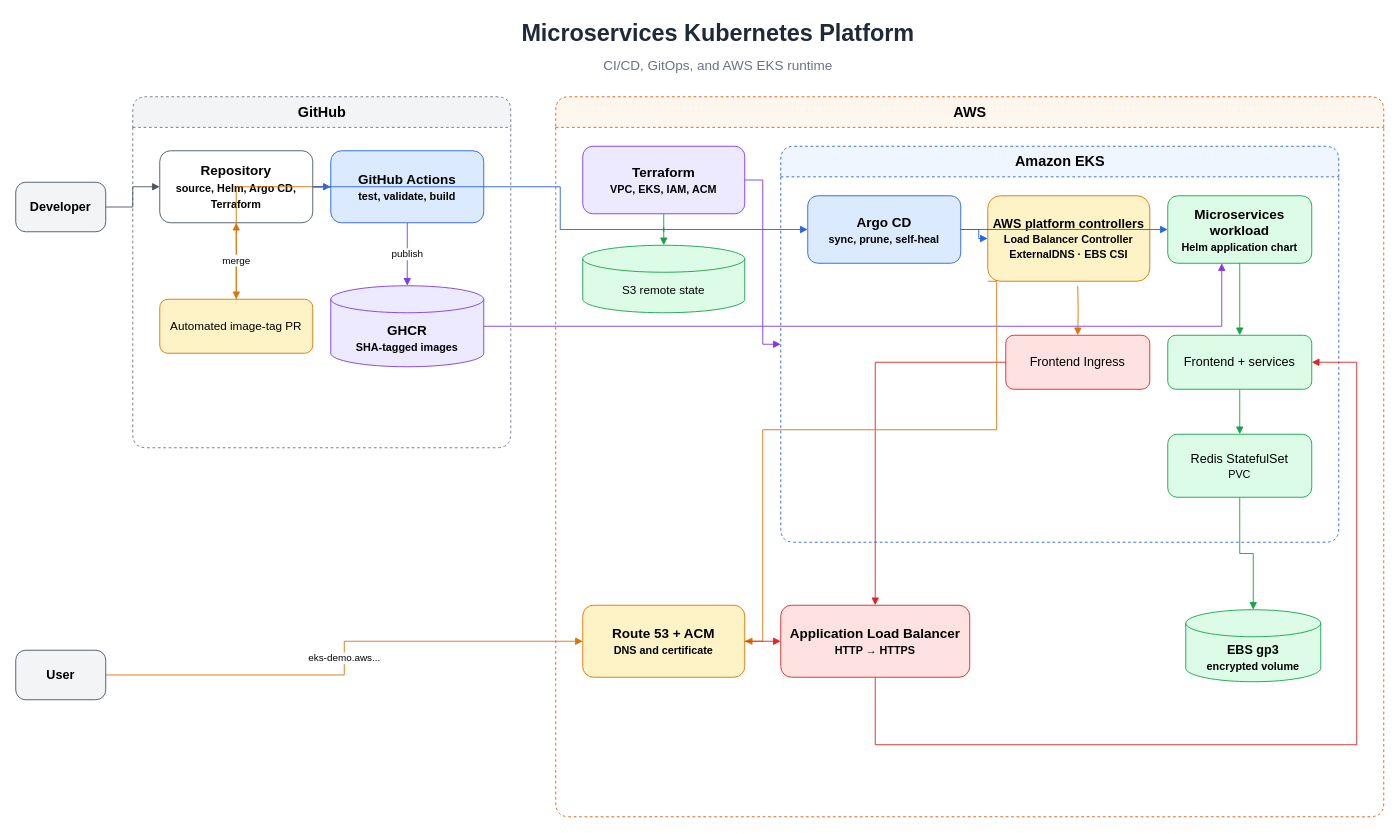
Before: docs/diagrams/eks-platform-architecture.drawio in micheleformenti/microservices-k8s-platform, a draw.io diagram. Source tidied: cells renumbered, new cells numbered last; positions are measured from the earlier drawing's top-left corner, leaving out a move shared by most shapes. Both pictures are drawn from the tidied source at 90%, with x=0, y=0 at pixel (15, 15).
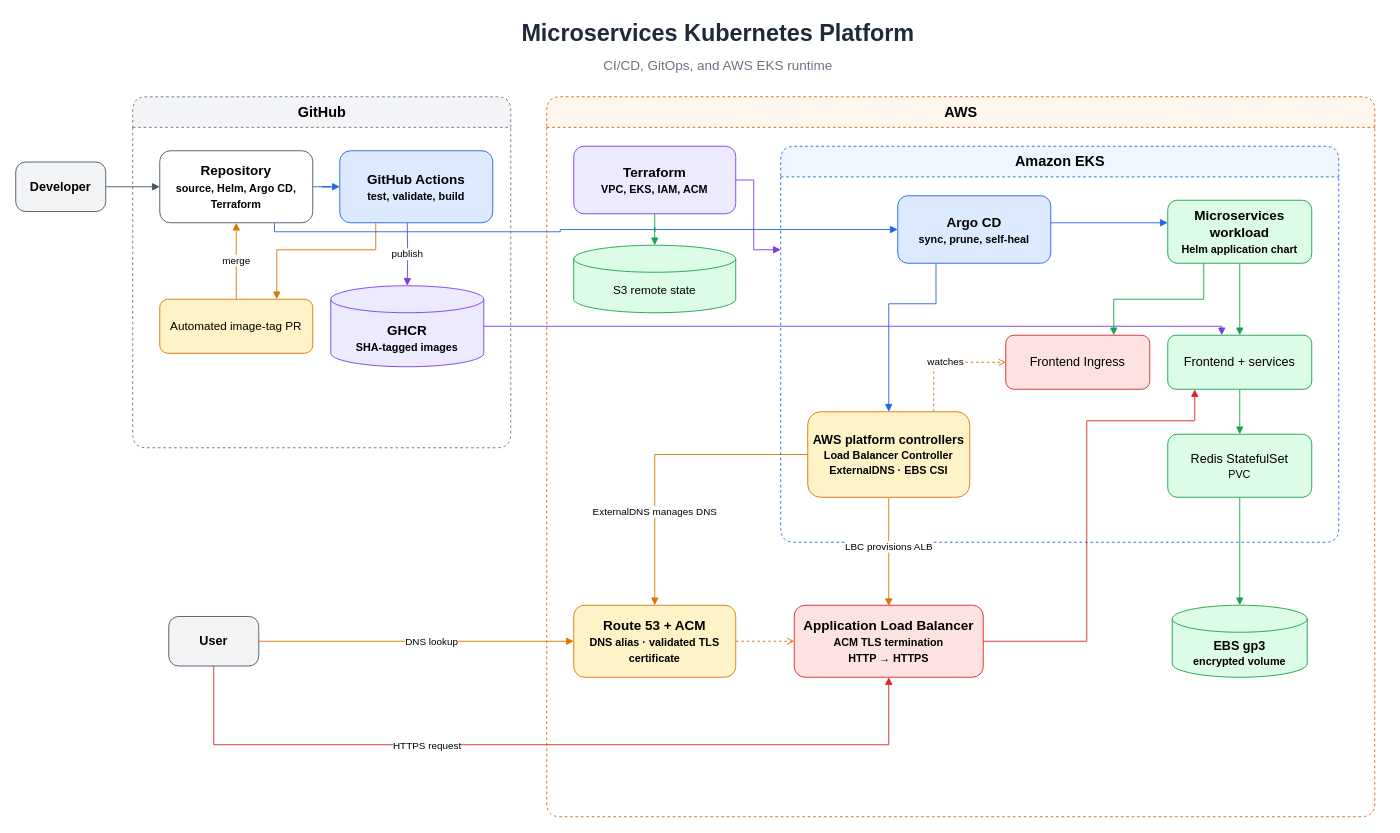
The same page after the edit.

Commit message (it also covers changes not shown here):
Add architecture diagrams

Unchanged cells that the change refers to:
```xml
<mxCell id="6" value="GitHub" style="swimlane;html=1;rounded=1;startSize=34;horizontal=1;fontSize=16;fontStyle=1;fillColor=#F3F4F6;strokeColor=#6B7280;dashed=1;" parent="1" vertex="1">
  <mxGeometry x="130" y="90" width="420" height="390" as="geometry" />
</mxCell>
<mxCell id="7" value="Repository&lt;br&gt;&lt;font style=&quot;font-size: 12px;&quot;&gt;source, Helm, Argo CD, Terraform&lt;/font&gt;" style="rounded=1;whiteSpace=wrap;html=1;fontSize=15;fontStyle=1;fillColor=#FFFFFF;strokeColor=#4B5563;" parent="6" vertex="1">
  <mxGeometry x="30" y="60" width="170" height="80" as="geometry" />
</mxCell>
<mxCell id="9" value="GHCR&lt;br&gt;&lt;font style=&quot;font-size: 12px;&quot;&gt;SHA-tagged images&lt;/font&gt;" style="shape=cylinder3;whiteSpace=wrap;html=1;boundedLbl=1;backgroundOutline=1;fontSize=15;fontStyle=1;fillColor=#EDE9FE;strokeColor=#7C3AED;" parent="6" vertex="1">
  <mxGeometry x="220" y="210" width="170" height="90" as="geometry" />
</mxCell>
<mxCell id="10" value="Automated image-tag PR" style="rounded=1;whiteSpace=wrap;html=1;fontSize=13;fillColor=#FEF3C7;strokeColor=#D97706;" parent="6" vertex="1">
  <mxGeometry x="30" y="225" width="170" height="60" as="geometry" />
</mxCell>
<mxCell id="12" value="Terraform&lt;br&gt;&lt;font style=&quot;font-size: 12px;&quot;&gt;VPC, EKS, IAM, ACM&lt;/font&gt;" style="rounded=1;whiteSpace=wrap;html=1;fontSize=15;fontStyle=1;fillColor=#EDE9FE;strokeColor=#7C3AED;" parent="11" vertex="1">
  <mxGeometry x="30" y="55" width="180" height="75" as="geometry" />
</mxCell>
<mxCell id="21" value="Frontend Ingress" style="rounded=1;whiteSpace=wrap;html=1;fontSize=14;fillColor=#FEE2E2;strokeColor=#DC2626;" parent="17" vertex="1">
  <mxGeometry x="250" y="210" width="160" height="60" as="geometry" />
</mxCell>
<mxCell id="22" value="Frontend + services" style="rounded=1;whiteSpace=wrap;html=1;fontSize=14;fillColor=#DCFCE7;strokeColor=#16A34A;" parent="17" vertex="1">
  <mxGeometry x="430" y="210" width="160" height="60" as="geometry" />
</mxCell>
```

Change to the diagram source:
```diff
@@
     <mxCell id="4" value="Developer" style="rounded=1;whiteSpace=wrap;html=1;fontSize=14;fontStyle=1;fillColor=#F3F4F6;strokeColor=#4B5563;arcSize=20;" parent="1" vertex="1">
-      <mxGeometry y="185" width="100" height="55" as="geometry" />
+      <mxGeometry y="162.5" width="100" height="55" as="geometry" />
     </mxCell>
     <mxCell id="5" value="User" style="rounded=1;whiteSpace=wrap;html=1;fontSize=14;fontStyle=1;fillColor=#F3F4F6;strokeColor=#4B5563;arcSize=20;" parent="1" vertex="1">
-      <mxGeometry y="705" width="100" height="55" as="geometry" />
+      <mxGeometry x="170" y="667.5" width="100" height="55" as="geometry" />
     </mxCell>
@@
     <mxCell id="8" value="GitHub Actions&lt;br&gt;&lt;font style=&quot;font-size: 12px;&quot;&gt;test, validate, build&lt;/font&gt;" style="rounded=1;whiteSpace=wrap;html=1;fontSize=15;fontStyle=1;fillColor=#DBEAFE;strokeColor=#2563EB;" parent="6" vertex="1">
-      <mxGeometry x="220" y="60" width="170" height="80" as="geometry" />
+      <mxGeometry x="230" y="60" width="170" height="80" as="geometry" />
     </mxCell>
@@
     <mxCell id="11" value="AWS" style="swimlane;html=1;rounded=1;startSize=34;horizontal=1;fontSize=16;fontStyle=1;fillColor=#FFF7ED;strokeColor=#EA580C;dashed=1;" parent="1" vertex="1">
-      <mxGeometry x="600" y="90" width="920" height="800" as="geometry" />
+      <mxGeometry x="590" y="90" width="920" height="800" as="geometry" />
     </mxCell>
@@
-    <mxCell id="14" value="Route 53 + ACM&lt;br&gt;&lt;font style=&quot;font-size: 12px;&quot;&gt;DNS and certificate&lt;/font&gt;" style="rounded=1;whiteSpace=wrap;html=1;fontSize=15;fontStyle=1;fillColor=#FEF3C7;strokeColor=#D97706;" parent="11" vertex="1">
+    <mxCell id="14" value="Route 53 + ACM&lt;br&gt;&lt;font style=&quot;font-size: 12px;&quot;&gt;DNS alias · validated TLS certificate&lt;/font&gt;" style="rounded=1;whiteSpace=wrap;html=1;fontSize=15;fontStyle=1;fillColor=#FEF3C7;strokeColor=#D97706;" parent="11" vertex="1">
       <mxGeometry x="30" y="565" width="180" height="80" as="geometry" />
     </mxCell>
-    <mxCell id="15" value="Application Load Balancer&lt;br&gt;&lt;font style=&quot;font-size: 12px;&quot;&gt;HTTP → HTTPS&lt;/font&gt;" style="rounded=1;whiteSpace=wrap;html=1;fontSize=15;fontStyle=1;fillColor=#FEE2E2;strokeColor=#DC2626;" parent="11" vertex="1">
-      <mxGeometry x="250" y="565" width="210" height="80" as="geometry" />
+    <mxCell id="15" value="Application Load Balancer&lt;br&gt;&lt;font style=&quot;font-size: 12px;&quot;&gt;ACM TLS termination&lt;br&gt;HTTP → HTTPS&lt;/font&gt;" style="rounded=1;whiteSpace=wrap;html=1;fontSize=15;fontStyle=1;fillColor=#FEE2E2;strokeColor=#DC2626;" parent="11" vertex="1">
+      <mxGeometry x="275" y="565" width="210" height="80" as="geometry" />
     </mxCell>
     <mxCell id="16" value="EBS gp3&lt;br&gt;&lt;font style=&quot;font-size: 12px;&quot;&gt;encrypted volume&lt;/font&gt;" style="shape=cylinder3;whiteSpace=wrap;html=1;boundedLbl=1;backgroundOutline=1;fontSize=14;fontStyle=1;fillColor=#DCFCE7;strokeColor=#16A34A;" parent="11" vertex="1">
-      <mxGeometry x="700" y="570" width="150" height="80" as="geometry" />
+      <mxGeometry x="695" y="565" width="150" height="80" as="geometry" />
     </mxCell>
     <mxCell id="17" value="Amazon EKS" style="swimlane;html=1;rounded=1;startSize=34;horizontal=1;fontSize=16;fontStyle=1;fillColor=#EFF6FF;strokeColor=#2563EB;dashed=1;" parent="11" vertex="1">
-      <mxGeometry x="250" y="55" width="620" height="440" as="geometry" />
+      <mxGeometry x="260" y="55" width="620" height="440" as="geometry" />
     </mxCell>
     <mxCell id="18" value="Argo CD&lt;br&gt;&lt;font style=&quot;font-size: 12px;&quot;&gt;sync, prune, self-heal&lt;/font&gt;" style="rounded=1;whiteSpace=wrap;html=1;fontSize=15;fontStyle=1;fillColor=#DBEAFE;strokeColor=#2563EB;" parent="17" vertex="1">
-      <mxGeometry x="30" y="55" width="170" height="75" as="geometry" />
+      <mxGeometry x="130" y="55" width="170" height="75" as="geometry" />
     </mxCell>
     <mxCell id="19" value="AWS platform controllers&lt;br&gt;&lt;font style=&quot;font-size: 12px;&quot;&gt;Load Balancer Controller&lt;br&gt;ExternalDNS · EBS CSI&lt;/font&gt;" style="rounded=1;whiteSpace=wrap;html=1;fontSize=14;fontStyle=1;fillColor=#FEF3C7;strokeColor=#D97706;" parent="17" vertex="1">
-      <mxGeometry x="230" y="55" width="180" height="95" as="geometry" />
+      <mxGeometry x="30" y="295" width="180" height="95" as="geometry" />
     </mxCell>
     <mxCell id="20" value="Microservices workload&lt;br&gt;&lt;font style=&quot;font-size: 12px;&quot;&gt;Helm application chart&lt;/font&gt;" style="rounded=1;whiteSpace=wrap;html=1;fontSize=15;fontStyle=1;fillColor=#DCFCE7;strokeColor=#16A34A;" parent="17" vertex="1">
-      <mxGeometry x="430" y="55" width="160" height="75" as="geometry" />
+      <mxGeometry x="430" y="60" width="160" height="70" as="geometry" />
     </mxCell>
@@
+    <mxCell id="43" style="edgeStyle=orthogonalEdgeStyle;rounded=0;jettySize=auto;html=1;endArrow=block;endFill=1;strokeColor=#DC2626;exitX=1;exitY=0.5;exitDx=0;exitDy=0;" parent="11" edge="1" source="15" target="22">
+      <mxGeometry relative="1" as="geometry">
+        <Array as="points">
+          <mxPoint x="600" y="605" />
+          <mxPoint x="600" y="360" />
+          <mxPoint x="720" y="360" />
+        </Array>
+      </mxGeometry>
+    </mxCell>
+    <mxCell id="30" style="edgeStyle=orthogonalEdgeStyle;rounded=0;jettySize=auto;html=1;endArrow=block;endFill=1;strokeColor=#7C3AED;" parent="11" edge="1" source="12">
+      <mxGeometry relative="1" as="geometry">
+        <mxPoint x="260" y="170" as="targetPoint" />
+        <Array as="points">
+          <mxPoint x="230" y="93" />
+          <mxPoint x="230" y="170" />
+          <mxPoint x="260" y="170" />
+        </Array>
+      </mxGeometry>
+    </mxCell>
+    <mxCell id="44" value="LBC provisions ALB" style="edgeStyle=orthogonalEdgeStyle;rounded=0;orthogonalLoop=1;jettySize=auto;html=1;endArrow=block;endFill=1;strokeColor=#D97706;entryX=0.5;entryY=0;entryDx=0;entryDy=0;exitX=0.5;exitY=1;exitDx=0;exitDy=0;" parent="11" edge="1">
+      <mxGeometry x="-0.08" relative="1" as="geometry">
+        <mxPoint x="380" y="446" as="sourcePoint" />
+        <mxPoint x="380" y="566" as="targetPoint" />
+        <mxPoint y="-1" as="offset" />
+      </mxGeometry>
+    </mxCell>
@@
-    <mxCell id="26" value="publish" style="edgeStyle=orthogonalEdgeStyle;rounded=0;jettySize=auto;html=1;endArrow=block;endFill=1;strokeColor=#7C3AED;" parent="1" edge="1" source="8" target="9">
-      <mxGeometry relative="1" as="geometry" />
+    <mxCell id="26" value="publish" style="edgeStyle=orthogonalEdgeStyle;rounded=0;jettySize=auto;html=1;endArrow=block;endFill=1;strokeColor=#7C3AED;" parent="1" edge="1" target="9">
+      <mxGeometry relative="1" as="geometry">
+        <mxPoint x="435" y="230" as="sourcePoint" />
+      </mxGeometry>
     </mxCell>
     <mxCell id="27" style="edgeStyle=orthogonalEdgeStyle;rounded=0;jettySize=auto;html=1;endArrow=block;endFill=1;strokeColor=#D97706;" parent="1" edge="1" source="8" target="10">
-      <mxGeometry relative="1" as="geometry" />
+      <mxGeometry relative="1" as="geometry">
+        <Array as="points">
+          <mxPoint x="400" y="260" />
+          <mxPoint x="290" y="260" />
+        </Array>
+      </mxGeometry>
     </mxCell>
@@
-    <mxCell id="30" style="edgeStyle=orthogonalEdgeStyle;rounded=0;jettySize=auto;html=1;endArrow=block;endFill=1;strokeColor=#7C3AED;" parent="1" edge="1" source="12" target="17">
-      <mxGeometry relative="1" as="geometry" />
-    </mxCell>
-    <mxCell id="31" style="edgeStyle=orthogonalEdgeStyle;rounded=0;jettySize=auto;html=1;endArrow=block;endFill=1;strokeColor=#2563EB;" parent="1" edge="1" source="7" target="18">
-      <mxGeometry relative="1" as="geometry" />
+    <mxCell id="31" style="edgeStyle=orthogonalEdgeStyle;rounded=0;jettySize=auto;html=1;endArrow=block;endFill=1;strokeColor=#2563EB;exitX=0.75;exitY=1;exitDx=0;exitDy=0;entryX=0;entryY=0.5;entryDx=0;entryDy=0;" parent="1" edge="1" target="18">
+      <mxGeometry relative="1" as="geometry">
+        <mxPoint x="287.5" y="230" as="sourcePoint" />
+        <Array as="points">
+          <mxPoint x="288" y="240" />
+          <mxPoint x="605" y="240" />
+          <mxPoint x="605" y="238" />
+        </Array>
+      </mxGeometry>
     </mxCell>
-    <mxCell id="32" style="edgeStyle=orthogonalEdgeStyle;rounded=0;jettySize=auto;html=1;endArrow=block;endFill=1;strokeColor=#2563EB;" parent="1" edge="1" source="18" target="19">
-      <mxGeometry relative="1" as="geometry" />
+    <mxCell id="32" style="edgeStyle=orthogonalEdgeStyle;rounded=0;jettySize=auto;html=1;endArrow=block;endFill=1;strokeColor=#2563EB;exitX=0.25;exitY=1;exitDx=0;exitDy=0;" parent="1" edge="1" source="18" target="19">
+      <mxGeometry relative="1" as="geometry">
+        <Array as="points">
+          <mxPoint x="1023" y="320" />
+          <mxPoint x="970" y="320" />
+        </Array>
+      </mxGeometry>
     </mxCell>
-    <mxCell id="33" style="edgeStyle=orthogonalEdgeStyle;rounded=0;jettySize=auto;html=1;endArrow=block;endFill=1;strokeColor=#2563EB;" parent="1" edge="1" source="18" target="20">
-      <mxGeometry relative="1" as="geometry" />
+    <mxCell id="33" style="edgeStyle=orthogonalEdgeStyle;rounded=0;jettySize=auto;html=1;endArrow=block;endFill=1;strokeColor=#2563EB;" parent="1" edge="1" source="18">
+      <mxGeometry relative="1" as="geometry">
+        <mxPoint x="1280" y="230" as="targetPoint" />
+        <Array as="points">
+          <mxPoint x="1280" y="230" />
+        </Array>
+      </mxGeometry>
     </mxCell>
-    <mxCell id="34" style="edgeStyle=orthogonalEdgeStyle;rounded=0;jettySize=auto;html=1;endArrow=block;endFill=1;strokeColor=#7C3AED;" parent="1" edge="1" source="9" target="20">
+    <mxCell id="34" style="edgeStyle=orthogonalEdgeStyle;rounded=0;jettySize=auto;html=1;endArrow=block;endFill=1;strokeColor=#7C3AED;" parent="1" edge="1" source="9" target="22">
       <mxGeometry relative="1" as="geometry">
         <Array as="points">
           <mxPoint x="1340" y="345" />
         </Array>
       </mxGeometry>
     </mxCell>
@@
+    <mxCell id="45" style="edgeStyle=orthogonalEdgeStyle;rounded=0;jettySize=auto;html=1;endArrow=block;endFill=1;strokeColor=#16A34A;exitX=0.25;exitY=1;entryX=0.75;entryY=0;" parent="1" edge="1" source="20" target="21">
+      <mxGeometry relative="1" as="geometry" />
+    </mxCell>
@@
-    <mxCell id="38" style="edgeStyle=orthogonalEdgeStyle;rounded=0;jettySize=auto;html=1;endArrow=block;endFill=1;strokeColor=#D97706;" parent="1" edge="1" target="21">
+    <mxCell id="38" value="watches" style="edgeStyle=orthogonalEdgeStyle;rounded=0;jettySize=auto;html=1;endArrow=open;endFill=0;strokeColor=#D97706;dashed=1;entryX=0;entryY=0.5;entryDx=0;entryDy=0;" parent="1" edge="1" target="21">
       <mxGeometry relative="1" as="geometry">
-        <mxPoint x="1180" y="300" as="sourcePoint" />
+        <mxPoint x="1020" y="440" as="sourcePoint" />
+        <Array as="points">
+          <mxPoint x="1020" y="385" />
+        </Array>
       </mxGeometry>
     </mxCell>
-    <mxCell id="39" style="edgeStyle=orthogonalEdgeStyle;rounded=0;jettySize=auto;html=1;endArrow=block;endFill=1;strokeColor=#DC2626;" parent="1" edge="1" source="21" target="15">
-      <mxGeometry relative="1" as="geometry" />
-    </mxCell>
-    <mxCell id="40" style="edgeStyle=orthogonalEdgeStyle;rounded=0;jettySize=auto;html=1;endArrow=block;endFill=1;strokeColor=#D97706;exitX=0;exitY=1;exitDx=0;exitDy=0;exitPerimeter=1;entryX=1;entryY=0.5;entryDx=0;entryDy=0;entryPerimeter=1;" parent="1" edge="1" source="19" target="14">
-      <mxGeometry relative="1" as="geometry">
+    <mxCell id="40" value="ExternalDNS manages DNS" style="edgeStyle=orthogonalEdgeStyle;rounded=0;jettySize=auto;html=1;endArrow=block;endFill=1;strokeColor=#D97706;exitX=0;exitY=0.5;exitDx=0;exitDy=0;entryX=0.5;entryY=0;entryDx=0;entryDy=0;" parent="1" edge="1" source="19" target="14">
+      <mxGeometry x="0.38" relative="1" as="geometry">
         <Array as="points">
-          <mxPoint x="1090" y="295" />
-          <mxPoint x="1090" y="460" />
-          <mxPoint x="830" y="460" />
-          <mxPoint x="830" y="695" />
+          <mxPoint x="710" y="488" />
         </Array>
       </mxGeometry>
     </mxCell>
-    <mxCell id="41" value="eks-demo.aws..." style="edgeStyle=orthogonalEdgeStyle;rounded=0;jettySize=auto;html=1;endArrow=block;endFill=1;strokeColor=#D97706;" parent="1" edge="1" source="5" target="14">
+    <mxCell id="41" style="edgeStyle=orthogonalEdgeStyle;rounded=0;jettySize=auto;html=1;endArrow=block;endFill=1;strokeColor=#D97706;" parent="1" edge="1" source="5" target="14">
       <mxGeometry relative="1" as="geometry" />
     </mxCell>
+    <mxCell id="46" value="DNS lookup" style="edgeLabel;html=1;align=center;verticalAlign=middle;" parent="41" vertex="1">
+      <mxGeometry x="0.09" relative="1" as="geometry" />
+    </mxCell>
-    <mxCell id="42" style="edgeStyle=orthogonalEdgeStyle;rounded=0;jettySize=auto;html=1;endArrow=block;endFill=1;strokeColor=#DC2626;" parent="1" edge="1" source="14" target="15">
+    <mxCell id="42" style="edgeStyle=orthogonalEdgeStyle;rounded=0;jettySize=auto;html=1;endArrow=open;endFill=0;strokeColor=#D97706;dashed=1;" parent="1" edge="1" source="14" target="15">
       <mxGeometry relative="1" as="geometry" />
     </mxCell>
-    <mxCell id="43" style="edgeStyle=orthogonalEdgeStyle;rounded=0;jettySize=auto;html=1;endArrow=block;endFill=1;strokeColor=#DC2626;" parent="1" edge="1" source="15" target="22">
-      <mxGeometry relative="1" as="geometry">
-        <Array as="points">
-          <mxPoint x="1490" y="810" />
-          <mxPoint x="1490" y="385" />
-        </Array>
-      </mxGeometry>
-    </mxCell>
+    <mxCell id="47" style="edgeStyle=orthogonalEdgeStyle;rounded=0;jettySize=auto;html=1;endArrow=block;endFill=1;strokeColor=#DC2626;exitX=0.5;exitY=1;exitDx=0;exitDy=0;entryX=0.5;entryY=1;entryDx=0;entryDy=0;" parent="1" edge="1" source="5" target="15">
+      <mxGeometry relative="1" as="geometry">
+        <Array as="points">
+          <mxPoint x="220" y="810" />
+          <mxPoint x="970" y="810" />
+        </Array>
+      </mxGeometry>
+    </mxCell>
+    <mxCell id="48" value="HTTPS request" style="edgeLabel;html=1;align=center;verticalAlign=middle;" parent="47" vertex="1">
+      <mxGeometry x="-0.29" y="-2" relative="1" as="geometry">
+        <mxPoint y="-2" as="offset" />
+      </mxGeometry>
+    </mxCell>
```
